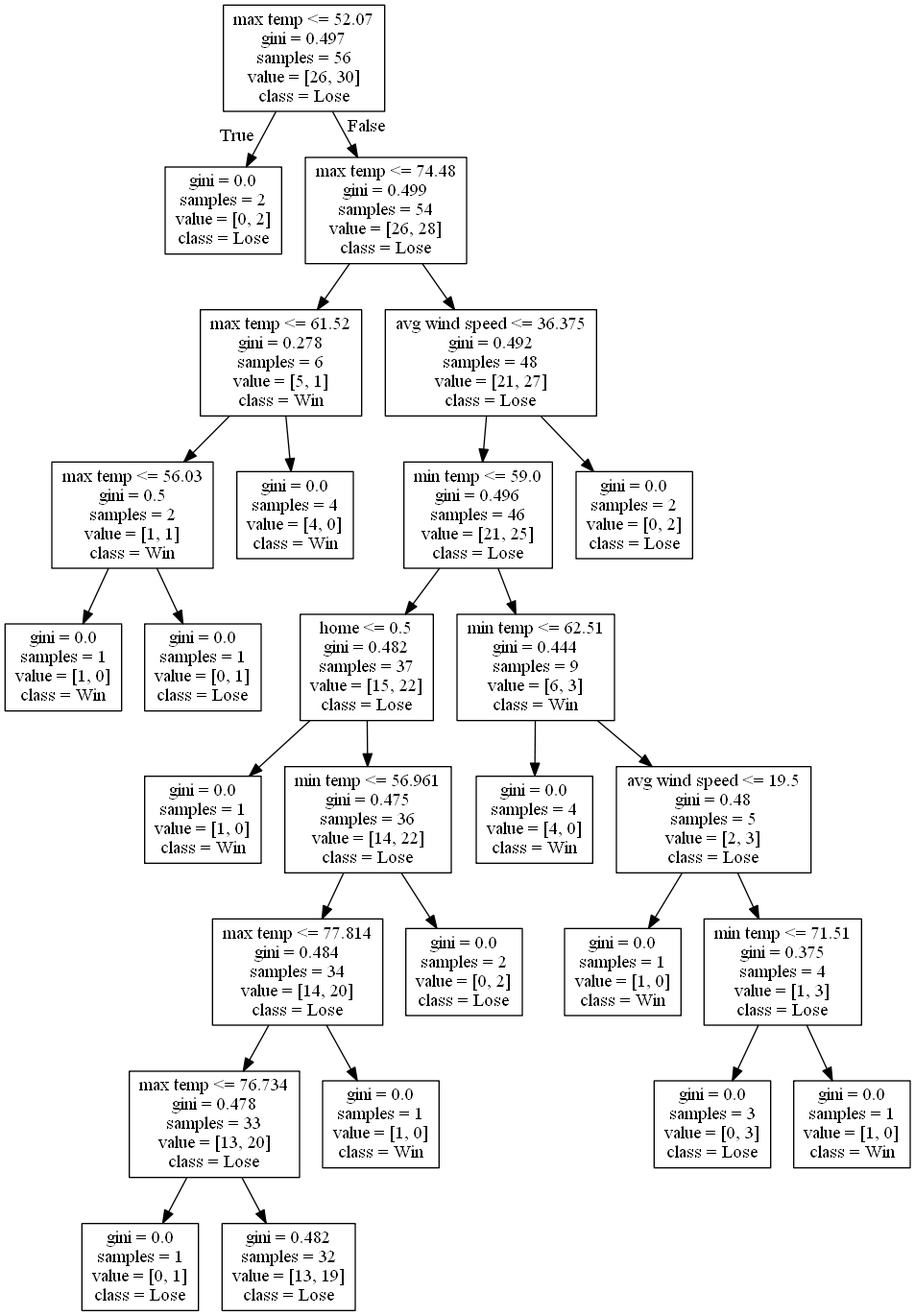
Before: DecisionTrees/decision_tree_no_score_or_attendance6.png, a diagram exported from Graphviz (alexana-steck/CSE482Project). Its source is kept beside it as DecisionTrees/decision_tree_no_score_or_attendance6.dot. Source of this version:
```dot
digraph Tree {
node [shape=box] ;
0 [label="max temp <= 52.07\ngini = 0.497\nsamples = 56\nvalue = [26, 30]\nclass = Lose"] ;
1 [label="gini = 0.0\nsamples = 2\nvalue = [0, 2]\nclass = Lose"] ;
0 -> 1 [labeldistance=2.5, labelangle=45, headlabel="True"] ;
2 [label="max temp <= 74.48\ngini = 0.499\nsamples = 54\nvalue = [26, 28]\nclass = Lose"] ;
0 -> 2 [labeldistance=2.5, labelangle=-45, headlabel="False"] ;
3 [label="max temp <= 61.52\ngini = 0.278\nsamples = 6\nvalue = [5, 1]\nclass = Win"] ;
2 -> 3 ;
4 [label="max temp <= 56.03\ngini = 0.5\nsamples = 2\nvalue = [1, 1]\nclass = Win"] ;
3 -> 4 ;
5 [label="gini = 0.0\nsamples = 1\nvalue = [1, 0]\nclass = Win"] ;
4 -> 5 ;
6 [label="gini = 0.0\nsamples = 1\nvalue = [0, 1]\nclass = Lose"] ;
4 -> 6 ;
7 [label="gini = 0.0\nsamples = 4\nvalue = [4, 0]\nclass = Win"] ;
3 -> 7 ;
8 [label="avg wind speed <= 36.375\ngini = 0.492\nsamples = 48\nvalue = [21, 27]\nclass = Lose"] ;
2 -> 8 ;
9 [label="min temp <= 59.0\ngini = 0.496\nsamples = 46\nvalue = [21, 25]\nclass = Lose"] ;
8 -> 9 ;
10 [label="home <= 0.5\ngini = 0.482\nsamples = 37\nvalue = [15, 22]\nclass = Lose"] ;
9 -> 10 ;
11 [label="gini = 0.0\nsamples = 1\nvalue = [1, 0]\nclass = Win"] ;
10 -> 11 ;
12 [label="min temp <= 56.961\ngini = 0.475\nsamples = 36\nvalue = [14, 22]\nclass = Lose"] ;
10 -> 12 ;
13 [label="max temp <= 77.814\ngini = 0.484\nsamples = 34\nvalue = [14, 20]\nclass = Lose"] ;
12 -> 13 ;
14 [label="max temp <= 76.734\ngini = 0.478\nsamples = 33\nvalue = [13, 20]\nclass = Lose"] ;
13 -> 14 ;
15 [label="gini = 0.0\nsamples = 1\nvalue = [0, 1]\nclass = Lose"] ;
14 -> 15 ;
16 [label="gini = 0.482\nsamples = 32\nvalue = [13, 19]\nclass = Lose"] ;
14 -> 16 ;
17 [label="gini = 0.0\nsamples = 1\nvalue = [1, 0]\nclass = Win"] ;
13 -> 17 ;
18 [label="gini = 0.0\nsamples = 2\nvalue = [0, 2]\nclass = Lose"] ;
12 -> 18 ;
19 [label="min temp <= 62.51\ngini = 0.444\nsamples = 9\nvalue = [6, 3]\nclass = Win"] ;
9 -> 19 ;
20 [label="gini = 0.0\nsamples = 4\nvalue = [4, 0]\nclass = Win"] ;
19 -> 20 ;
21 [label="avg wind speed <= 19.5\ngini = 0.48\nsamples = 5\nvalue = [2, 3]\nclass = Lose"] ;
19 -> 21 ;
22 [label="gini = 0.0\nsamples = 1\nvalue = [1, 0]\nclass = Win"] ;
21 -> 22 ;
23 [label="min temp <= 71.51\ngini = 0.375\nsamples = 4\nvalue = [1, 3]\nclass = Lose"] ;
21 -> 23 ;
24 [label="gini = 0.0\nsamples = 3\nvalue = [0, 3]\nclass = Lose"] ;
23 -> 24 ;
25 [label="gini = 0.0\nsamples = 1\nvalue = [1, 0]\nclass = Win"] ;
23 -> 25 ;
26 [label="gini = 0.0\nsamples = 2\nvalue = [0, 2]\nclass = Lose"] ;
8 -> 26 ;
}
```
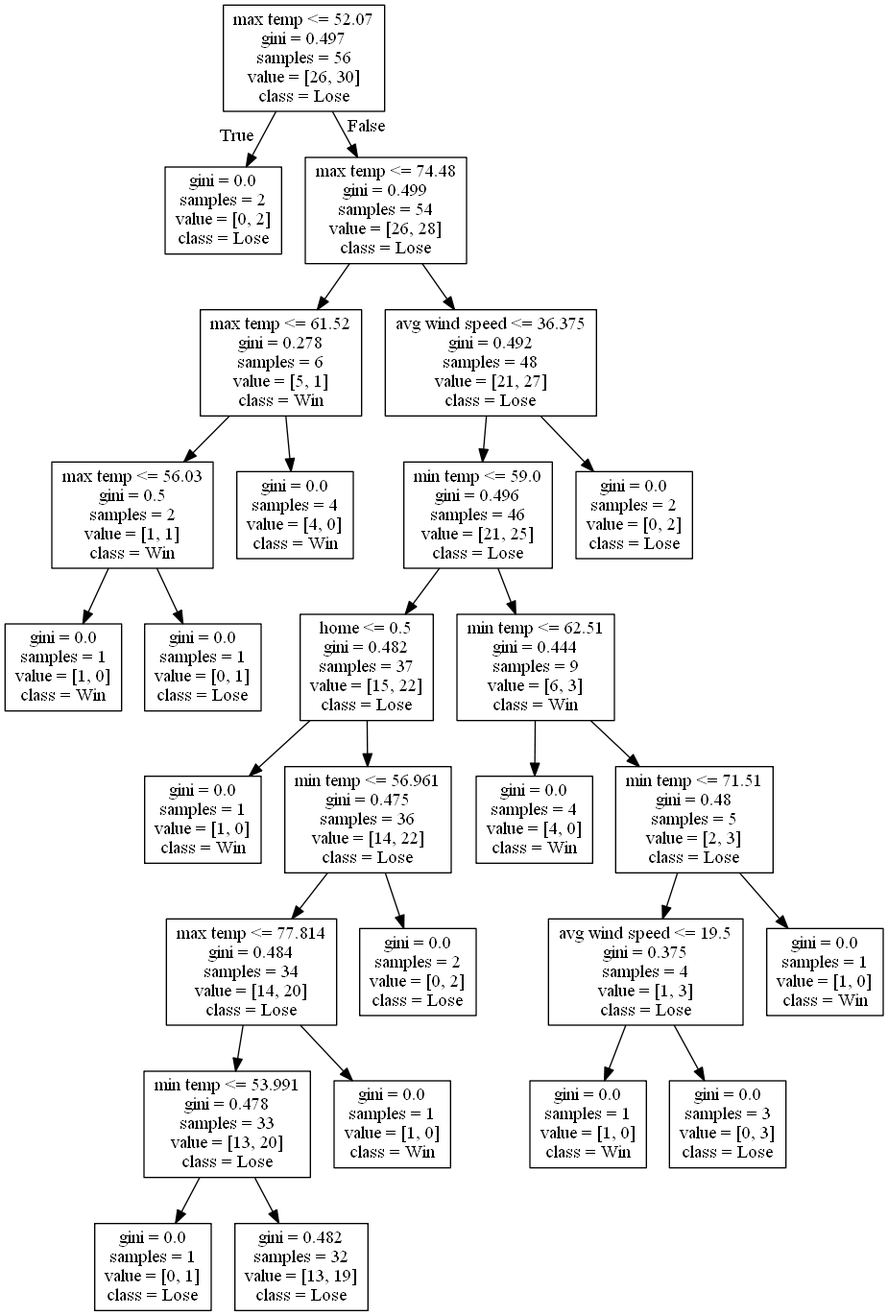
After the change.

Diff of the diagram source:
```diff
@@ -27,7 +27,7 @@
 10 -> 12 ;
 13 [label="max temp <= 77.814\ngini = 0.484\nsamples = 34\nvalue = [14, 20]\nclass = Lose"] ;
 12 -> 13 ;
-14 [label="max temp <= 76.734\ngini = 0.478\nsamples = 33\nvalue = [13, 20]\nclass = Lose"] ;
+14 [label="min temp <= 53.991\ngini = 0.478\nsamples = 33\nvalue = [13, 20]\nclass = Lose"] ;
 13 -> 14 ;
 15 [label="gini = 0.0\nsamples = 1\nvalue = [0, 1]\nclass = Lose"] ;
 14 -> 15 ;
@@ -41,16 +41,16 @@
 9 -> 19 ;
 20 [label="gini = 0.0\nsamples = 4\nvalue = [4, 0]\nclass = Win"] ;
 19 -> 20 ;
-21 [label="avg wind speed <= 19.5\ngini = 0.48\nsamples = 5\nvalue = [2, 3]\nclass = Lose"] ;
+21 [label="min temp <= 71.51\ngini = 0.48\nsamples = 5\nvalue = [2, 3]\nclass = Lose"] ;
 19 -> 21 ;
-22 [label="gini = 0.0\nsamples = 1\nvalue = [1, 0]\nclass = Win"] ;
+22 [label="avg wind speed <= 19.5\ngini = 0.375\nsamples = 4\nvalue = [1, 3]\nclass = Lose"] ;
 21 -> 22 ;
-23 [label="min temp <= 71.51\ngini = 0.375\nsamples = 4\nvalue = [1, 3]\nclass = Lose"] ;
-21 -> 23 ;
+23 [label="gini = 0.0\nsamples = 1\nvalue = [1, 0]\nclass = Win"] ;
+22 -> 23 ;
 24 [label="gini = 0.0\nsamples = 3\nvalue = [0, 3]\nclass = Lose"] ;
-23 -> 24 ;
+22 -> 24 ;
 25 [label="gini = 0.0\nsamples = 1\nvalue = [1, 0]\nclass = Win"] ;
-23 -> 25 ;
+21 -> 25 ;
 26 [label="gini = 0.0\nsamples = 2\nvalue = [0, 2]\nclass = Lose"] ;
 8 -> 26 ;
 }
```
